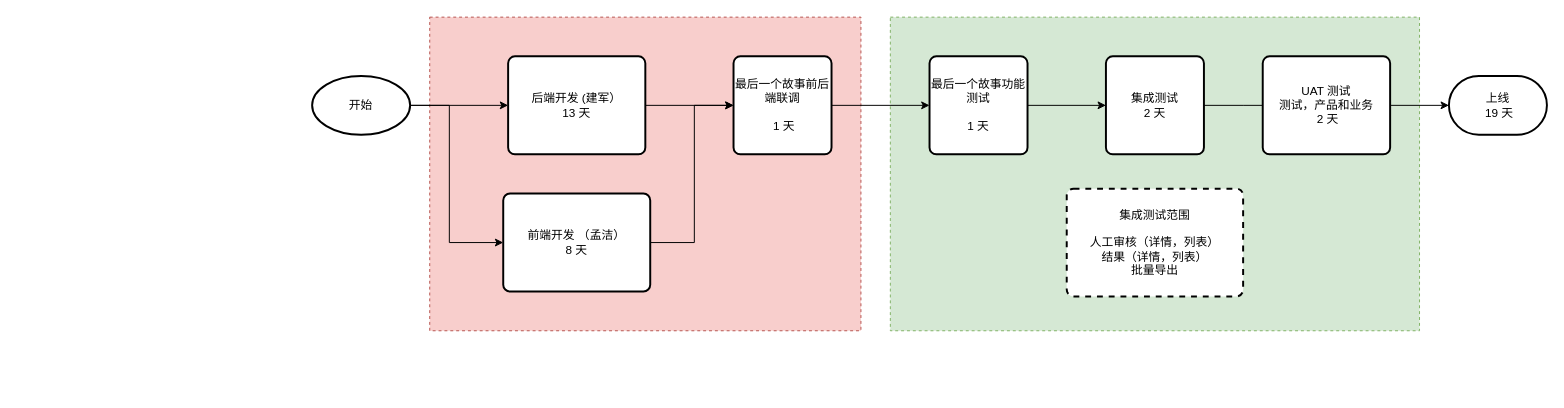
This is page "图像中台S13-关键路径" (8 of 9) of ImageRecognizeSprintPath.drawio from xiaofeng1986/drawIO, a draw.io file, before an edit. Source tidied: cells renumbered, new cells numbered last; positions are measured from the earlier drawing's top-left corner, leaving out a move shared by most shapes. Both pictures are drawn from the tidied source at 98%, with x=0, y=0 at pixel (18, 17).
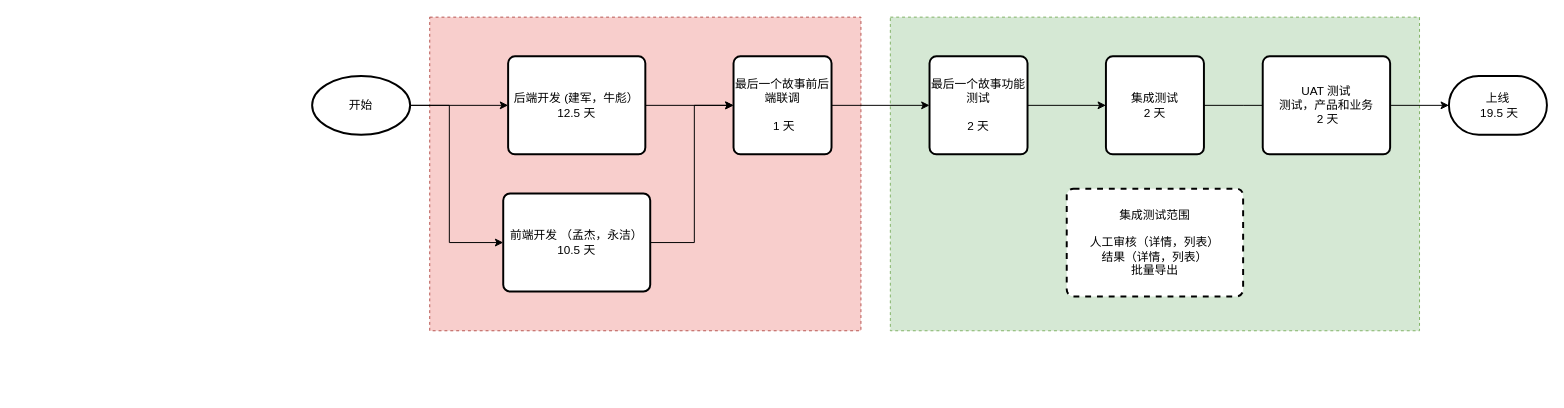
After the change.

Change to the diagram source:
```diff
@@
-    <mxCell id="6" value="后端开发 (建军）&lt;br&gt;13 天" style="rounded=1;whiteSpace=wrap;html=1;absoluteArcSize=1;arcSize=14;strokeWidth=2;" parent="1" vertex="1">
+    <mxCell id="6" value="后端开发 (建军，牛彪）&lt;br&gt;12.5 天" style="rounded=1;whiteSpace=wrap;html=1;absoluteArcSize=1;arcSize=14;strokeWidth=2;" parent="1" vertex="1">
       <mxGeometry x="500" y="40" width="140" height="100" as="geometry" />
     </mxCell>
@@
-    <mxCell id="11" value="最后一个故事功能测试&lt;br&gt;&lt;br&gt;1 天" style="rounded=1;whiteSpace=wrap;html=1;absoluteArcSize=1;arcSize=14;strokeWidth=2;" parent="1" vertex="1">
+    <mxCell id="11" value="最后一个故事功能测试&lt;br&gt;&lt;br&gt;2 天" style="rounded=1;whiteSpace=wrap;html=1;absoluteArcSize=1;arcSize=14;strokeWidth=2;" parent="1" vertex="1">
       <mxGeometry x="930" y="40" width="100" height="100" as="geometry" />
     </mxCell>
@@
-    <mxCell id="15" value="前端开发 （孟洁）&lt;br&gt;8 天" style="rounded=1;whiteSpace=wrap;html=1;absoluteArcSize=1;arcSize=14;strokeWidth=2;" parent="1" vertex="1">
+    <mxCell id="15" value="前端开发 （孟杰，永洁）&lt;br&gt;10.5 天" style="rounded=1;whiteSpace=wrap;html=1;absoluteArcSize=1;arcSize=14;strokeWidth=2;" parent="1" vertex="1">
       <mxGeometry x="495" y="180" width="150" height="100" as="geometry" />
     </mxCell>
-    <mxCell id="16" value="上线&lt;br&gt;&amp;nbsp;19 天" style="strokeWidth=2;html=1;shape=mxgraph.flowchart.terminator;whiteSpace=wrap;" parent="1" vertex="1">
+    <mxCell id="16" value="上线&lt;br&gt;&amp;nbsp;19.5 天" style="strokeWidth=2;html=1;shape=mxgraph.flowchart.terminator;whiteSpace=wrap;" parent="1" vertex="1">
       <mxGeometry x="1460" y="60" width="100" height="60" as="geometry" />
     </mxCell>
```
